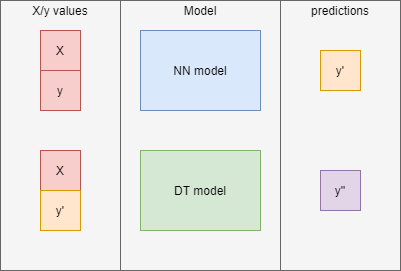
mathysgrapotte/deepexplain keeps this draw.io diagram as TreeExplainer/figures/NN-Tree Explainer Training.png. Above is the earlier version. Source tidied: cells renumbered, new cells last; positions are measured from the earlier drawing's top-left corner, leaving out a move shared by most shapes.
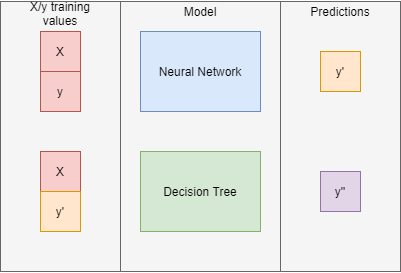
After the commit.

What changed in the source:
```diff
@@ -23,10 +23,10 @@
     <mxCell id="8" value="y" style="rounded=0;whiteSpace=wrap;html=1;fillColor=#f8cecc;strokeColor=#b85450;" parent="1" vertex="1">
       <mxGeometry x="40" y="70" width="40" height="40" as="geometry" />
     </mxCell>
-    <mxCell id="9" value="NN model" style="rounded=0;whiteSpace=wrap;html=1;fillColor=#dae8fc;strokeColor=#6c8ebf;" parent="1" vertex="1">
+    <mxCell id="9" value="Neural Network" style="rounded=0;whiteSpace=wrap;html=1;fillColor=#dae8fc;strokeColor=#6c8ebf;" parent="1" vertex="1">
       <mxGeometry x="140" y="30" width="120" height="80" as="geometry" />
     </mxCell>
-    <mxCell id="10" value="DT model" style="rounded=0;whiteSpace=wrap;html=1;fillColor=#d5e8d4;strokeColor=#82b366;" parent="1" vertex="1">
+    <mxCell id="10" value="Decision Tree" style="rounded=0;whiteSpace=wrap;html=1;fillColor=#d5e8d4;strokeColor=#82b366;" parent="1" vertex="1">
       <mxGeometry x="140" y="150" width="120" height="80" as="geometry" />
     </mxCell>
     <mxCell id="11" value="X" style="rounded=0;whiteSpace=wrap;html=1;fillColor=#f8cecc;strokeColor=#b85450;" parent="1" vertex="1">
@@ -35,13 +35,13 @@
     <mxCell id="12" value="y'" style="whiteSpace=wrap;html=1;fillColor=#ffe6cc;strokeColor=#d79b00;" parent="1" vertex="1">
       <mxGeometry x="40" y="190" width="40" height="40" as="geometry" />
     </mxCell>
-    <mxCell id="13" value="X/y values" style="text;html=1;strokeColor=none;fillColor=none;align=center;verticalAlign=middle;whiteSpace=wrap;rounded=0;" parent="1" vertex="1">
-      <mxGeometry x="20" width="80" height="20" as="geometry" />
+    <mxCell id="13" value="X/y training values" style="text;html=1;strokeColor=none;fillColor=none;align=center;verticalAlign=middle;whiteSpace=wrap;rounded=0;" parent="1" vertex="1">
+      <mxGeometry x="20" y="2" width="80" height="20" as="geometry" />
     </mxCell>
     <mxCell id="14" value="Model" style="text;html=1;strokeColor=none;fillColor=none;align=center;verticalAlign=middle;whiteSpace=wrap;rounded=0;" parent="1" vertex="1">
       <mxGeometry x="180" width="40" height="20" as="geometry" />
     </mxCell>
-    <mxCell id="15" value="predictions" style="text;html=1;strokeColor=none;fillColor=none;align=center;verticalAlign=middle;whiteSpace=wrap;rounded=0;" parent="1" vertex="1">
+    <mxCell id="15" value="Predictions" style="text;html=1;strokeColor=none;fillColor=none;align=center;verticalAlign=middle;whiteSpace=wrap;rounded=0;" parent="1" vertex="1">
       <mxGeometry x="305" width="70" height="20" as="geometry" />
     </mxCell>
   </root>
```
